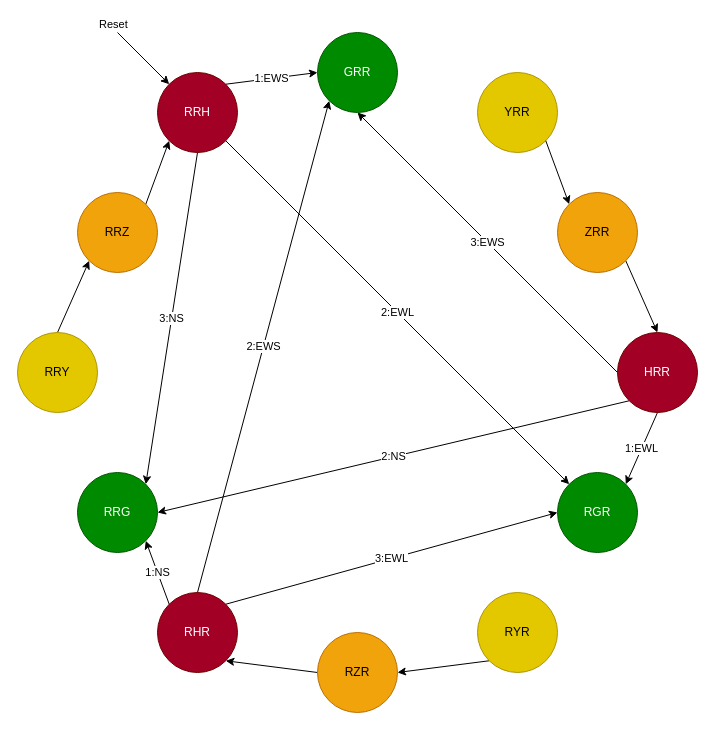
Before: part-1/FSM_diagram.drawio in PierreBeurCoursework/cse140l-lab-3, a draw.io diagram. Source tidied: cells renumbered, new cells numbered last; positions are measured from the earlier drawing's top-left corner, leaving out a move shared by most shapes. Both pictures are drawn from the tidied source at 100%, with x=0, y=0 at pixel (17, 32).
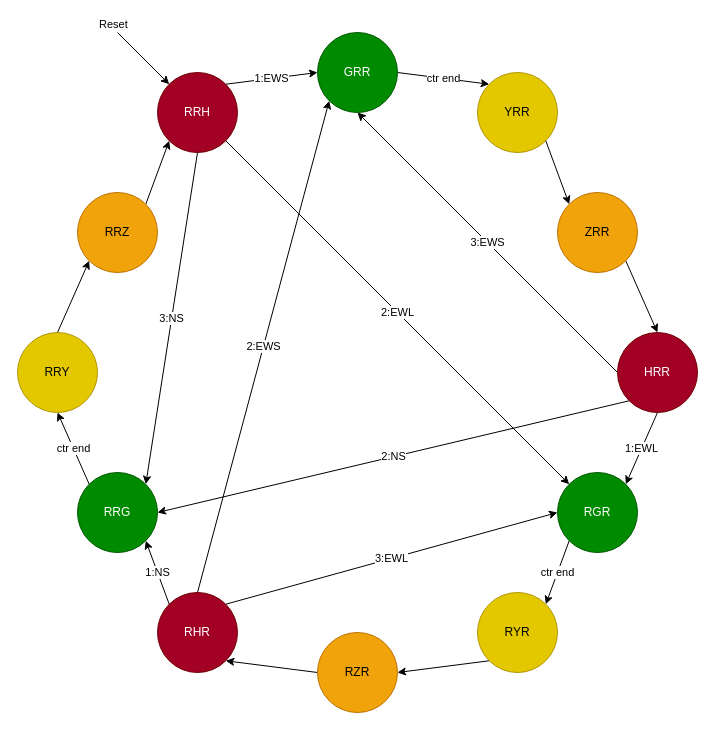
The same page after the edit.

Commit message:
Update FSM_diagram

Unchanged cells that the change refers to:
```xml
<mxCell id="9" value="RRY" style="ellipse;whiteSpace=wrap;html=1;fillColor=#e3c800;fontColor=#000000;strokeColor=#B09500;" parent="1" vertex="1">
  <mxGeometry y="300" width="80" height="80" as="geometry" />
</mxCell>
<mxCell id="10" value="RRG" style="ellipse;whiteSpace=wrap;html=1;fillColor=#008a00;fontColor=#ffffff;strokeColor=#005700;" parent="1" vertex="1">
  <mxGeometry x="60" y="440" width="80" height="80" as="geometry" />
</mxCell>
<mxCell id="18" value="RYR" style="ellipse;whiteSpace=wrap;html=1;fillColor=#e3c800;fontColor=#000000;strokeColor=#B09500;" parent="1" vertex="1">
  <mxGeometry x="460" y="560" width="80" height="80" as="geometry" />
</mxCell>
<mxCell id="25" value="YRR" style="ellipse;whiteSpace=wrap;html=1;fillColor=#e3c800;fontColor=#000000;strokeColor=#B09500;" parent="1" vertex="1">
  <mxGeometry x="460" y="40" width="80" height="80" as="geometry" />
</mxCell>
<mxCell id="26" value="RGR" style="ellipse;whiteSpace=wrap;html=1;fillColor=#008a00;fontColor=#ffffff;strokeColor=#005700;" parent="1" vertex="1">
  <mxGeometry x="540" y="440" width="80" height="80" as="geometry" />
</mxCell>
<mxCell id="27" value="GRR" style="ellipse;whiteSpace=wrap;html=1;fillColor=#008a00;fontColor=#ffffff;strokeColor=#005700;" parent="1" vertex="1">
  <mxGeometry x="300" width="80" height="80" as="geometry" />
</mxCell>
```

Diff of the diagram source:
```diff
@@
+    <mxCell id="31" value="ctr end" style="edgeStyle=none;rounded=0;jettySize=auto;html=1;exitX=0;exitY=0;exitDx=0;exitDy=0;entryX=0.5;entryY=1;entryDx=0;entryDy=0;strokeColor=default;" parent="1" edge="1" source="10" target="9">
+      <mxGeometry relative="1" as="geometry" />
+    </mxCell>
@@
+    <mxCell id="32" value="ctr end" style="edgeStyle=none;rounded=0;jettySize=auto;html=1;exitX=0;exitY=1;exitDx=0;exitDy=0;entryX=1;entryY=0;entryDx=0;entryDy=0;strokeColor=default;" parent="1" edge="1" source="26" target="18">
+      <mxGeometry relative="1" as="geometry" />
+    </mxCell>
@@
+    <mxCell id="33" value="ctr end" style="edgeStyle=none;rounded=0;jettySize=auto;html=1;exitX=1;exitY=0.5;exitDx=0;exitDy=0;entryX=0;entryY=0;entryDx=0;entryDy=0;strokeColor=default;" parent="1" edge="1" source="27" target="25">
+      <mxGeometry relative="1" as="geometry" />
+    </mxCell>
```
